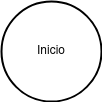
Above: unidad-1/tareas/Tarea2/images/diagrama-tarea2.png in mackstm/programacion (draw.io), before the change. Source tidied: cells renumbered, new cells last; positions are measured from the earlier drawing's top-left corner, leaving out a move shared by most shapes. Its diagram source:
```xml
<mxGraphModel>
  <root>
    <mxCell id="0" />
    <mxCell id="1" parent="0" />
    <mxCell id="2" value="Inicio" style="strokeWidth=2;html=1;shape=mxgraph.flowchart.start_2;whiteSpace=wrap;" parent="1" vertex="1">
      <mxGeometry width="100" height="100" as="geometry" />
    </mxCell>
  </root>
</mxGraphModel>
```
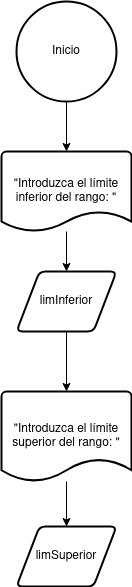
After the change.

Change to the diagram source:
```diff
@@ -5,5 +5,29 @@
     <mxCell id="2" value="Inicio" style="strokeWidth=2;html=1;shape=mxgraph.flowchart.start_2;whiteSpace=wrap;" parent="1" vertex="1">
       <mxGeometry width="100" height="100" as="geometry" />
     </mxCell>
+    <mxCell id="3" style="edgeStyle=orthogonalEdgeStyle;rounded=0;jettySize=auto;html=1;entryX=0.5;entryY=0;entryDx=0;entryDy=0;" parent="1" edge="1" source="4" target="5">
+      <mxGeometry relative="1" as="geometry" />
+    </mxCell>
+    <mxCell id="4" value="&quot;Introduzca el límite inferior del rango: &quot;" style="strokeWidth=2;html=1;shape=mxgraph.flowchart.document2;whiteSpace=wrap;size=0.25;" parent="1" vertex="1">
+      <mxGeometry x="-15" y="150" width="130" height="80" as="geometry" />
+    </mxCell>
+    <mxCell id="5" value="limInferior" style="shape=parallelogram;html=1;strokeWidth=2;perimeter=parallelogramPerimeter;whiteSpace=wrap;rounded=1;arcSize=12;size=0.23;" parent="1" vertex="1">
+      <mxGeometry y="270" width="100" height="60" as="geometry" />
+    </mxCell>
+    <mxCell id="6" style="edgeStyle=orthogonalEdgeStyle;rounded=0;jettySize=auto;html=1;entryX=0.5;entryY=0;entryDx=0;entryDy=0;" parent="1" edge="1" source="7" target="8">
+      <mxGeometry relative="1" as="geometry" />
+    </mxCell>
+    <mxCell id="7" value="&quot;Introduzca el límite superior del rango: &quot;" style="strokeWidth=2;html=1;shape=mxgraph.flowchart.document2;whiteSpace=wrap;size=0.25;" parent="1" vertex="1">
+      <mxGeometry x="-15" y="390" width="130" height="90" as="geometry" />
+    </mxCell>
+    <mxCell id="8" value="limSuperior" style="shape=parallelogram;html=1;strokeWidth=2;perimeter=parallelogramPerimeter;whiteSpace=wrap;rounded=1;arcSize=12;size=0.23;" parent="1" vertex="1">
+      <mxGeometry y="525" width="100" height="60" as="geometry" />
+    </mxCell>
+    <mxCell id="9" style="edgeStyle=orthogonalEdgeStyle;rounded=0;jettySize=auto;html=1;entryX=0.5;entryY=0;entryDx=0;entryDy=0;entryPerimeter=0;" parent="1" edge="1" source="2" target="4">
+      <mxGeometry relative="1" as="geometry" />
+    </mxCell>
+    <mxCell id="10" style="edgeStyle=orthogonalEdgeStyle;rounded=0;jettySize=auto;html=1;entryX=0.5;entryY=0;entryDx=0;entryDy=0;entryPerimeter=0;" parent="1" edge="1" source="5" target="7">
+      <mxGeometry relative="1" as="geometry" />
+    </mxCell>
   </root>
 </mxGraphModel>
```
